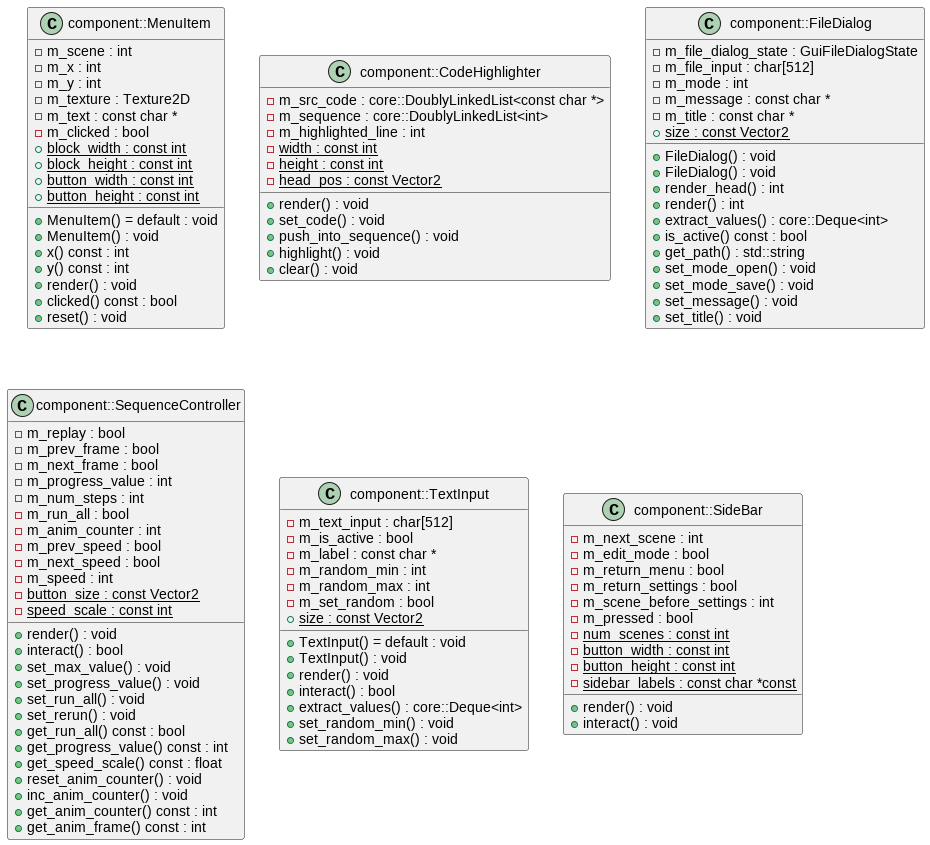
The PlantUML diagram docs/diagrams/component.png in jalsol/jalviz, before a commit.
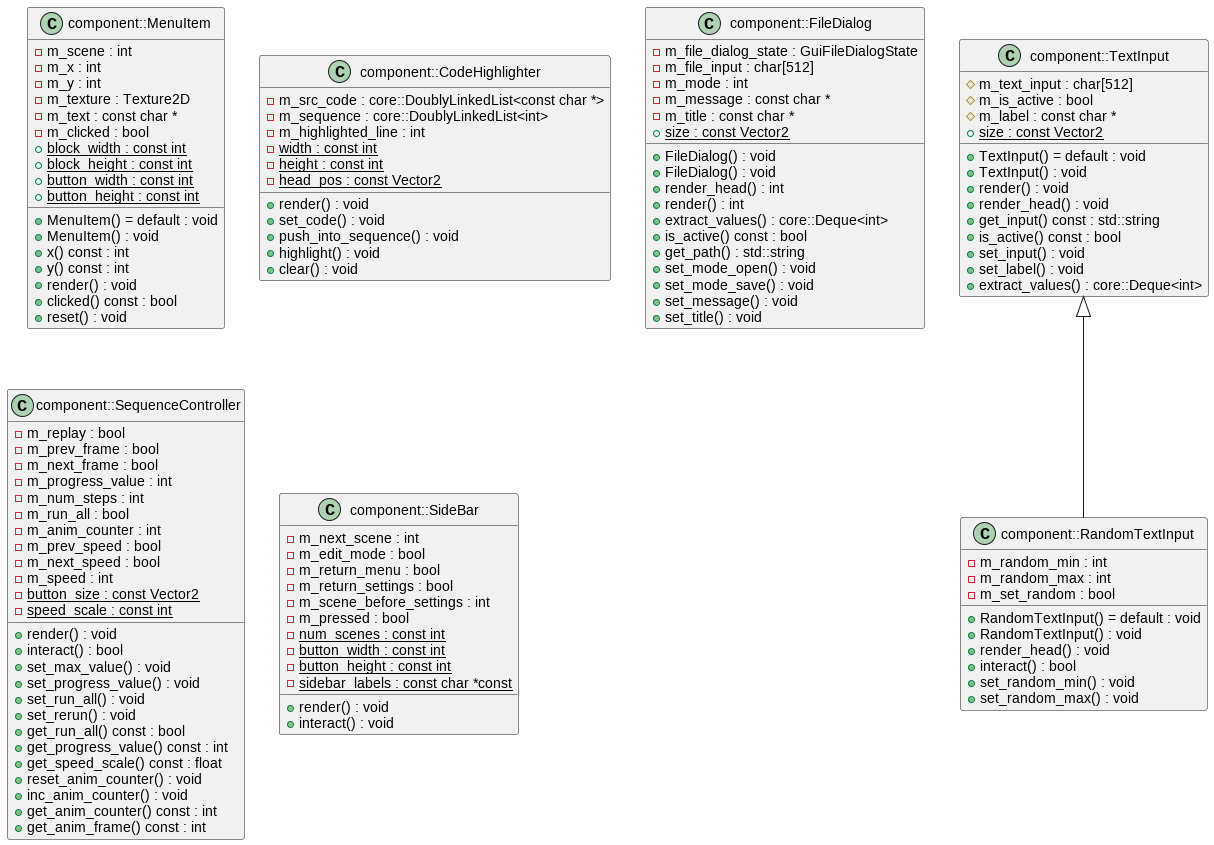
After the commit.

The edit, as a diff of the source:
```diff
@@ -53,6 +53,34 @@
 -m_title : const char *
 {static} +size : const Vector2
 }
+class "component::TextInput" as C_0002253310056810959814
+class C_0002253310056810959814 {
++TextInput() = default : void
++TextInput() : void
++render() : void
++render_head() : void
++get_input() const : std::string
++is_active() const : bool
++set_input() : void
++set_label() : void
++extract_values() : core::Deque<int>
+#m_text_input : char[512]
+#m_is_active : bool
+#m_label : const char *
+{static} +size : const Vector2
+}
+class "component::RandomTextInput" as C_0001164472522979595617
+class C_0001164472522979595617 {
++RandomTextInput() = default : void
++RandomTextInput() : void
++render_head() : void
++interact() : bool
++set_random_min() : void
++set_random_max() : void
+-m_random_min : int
+-m_random_max : int
+-m_set_random : bool
+}
 class "component::SequenceController" as C_0000345155806459925692
 class C_0000345155806459925692 {
 +render() : void
@@ -81,23 +109,6 @@
 {static} -button_size : const Vector2
 {static} -speed_scale : const int
 }
-class "component::TextInput" as C_0002253310056810959814
-class C_0002253310056810959814 {
-+TextInput() = default : void
-+TextInput() : void
-+render() : void
-+interact() : bool
-+extract_values() : core::Deque<int>
-+set_random_min() : void
-+set_random_max() : void
--m_text_input : char[512]
--m_is_active : bool
--m_label : const char *
--m_random_min : int
--m_random_max : int
--m_set_random : bool
-{static} +size : const Vector2
-}
 class "component::SideBar" as C_0000536568757236472708
 class C_0000536568757236472708 {
 +render() : void
@@ -113,5 +124,6 @@
 {static} -button_height : const int
 {static} -sidebar_labels : const char *const
 }
+C_0002253310056810959814 <|-- C_0001164472522979595617
 
 @enduml
```
